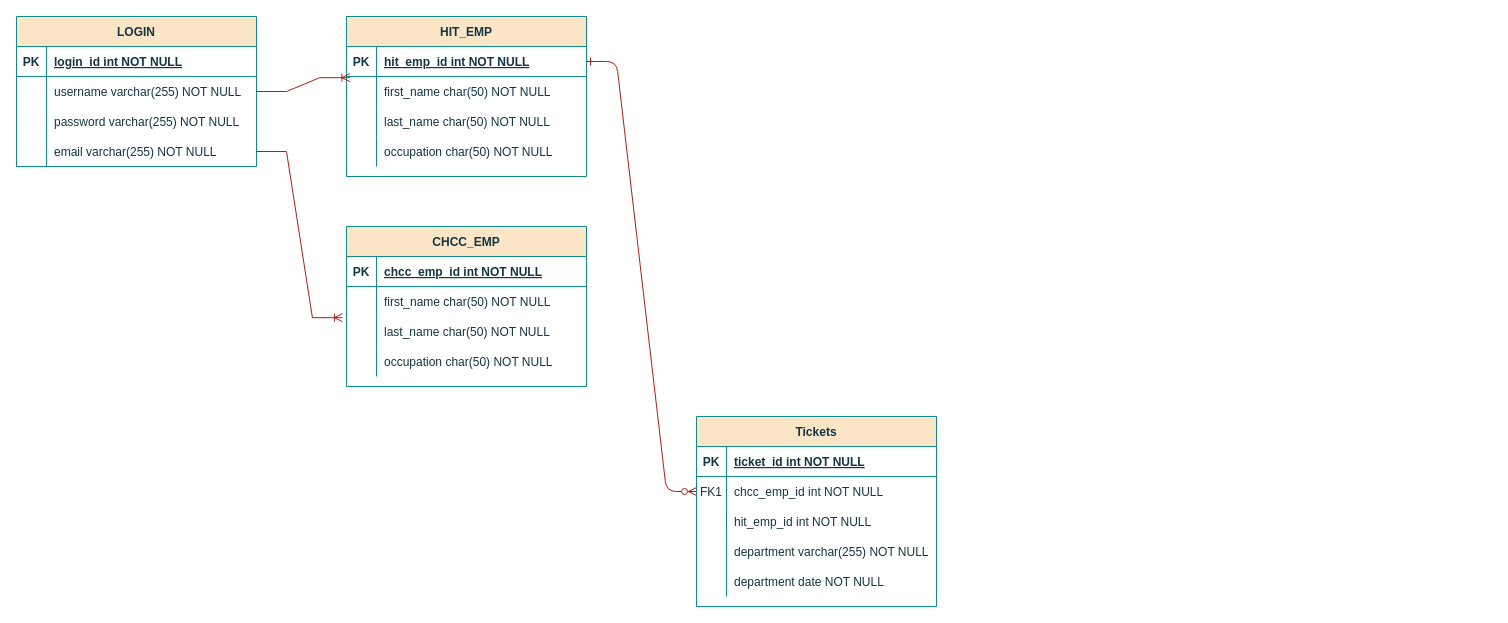
patriciacastillon-marianas/login_diagram keeps this draw.io diagram as Untitled Diagram.drawio. Above is the earlier version. Source tidied: cells renumbered, new cells numbered last; positions are measured from the earlier drawing's top-left corner, leaving out a move shared by most shapes. Both pictures are drawn from the tidied source at 100%, with x=0, y=0 at pixel (16, 16).
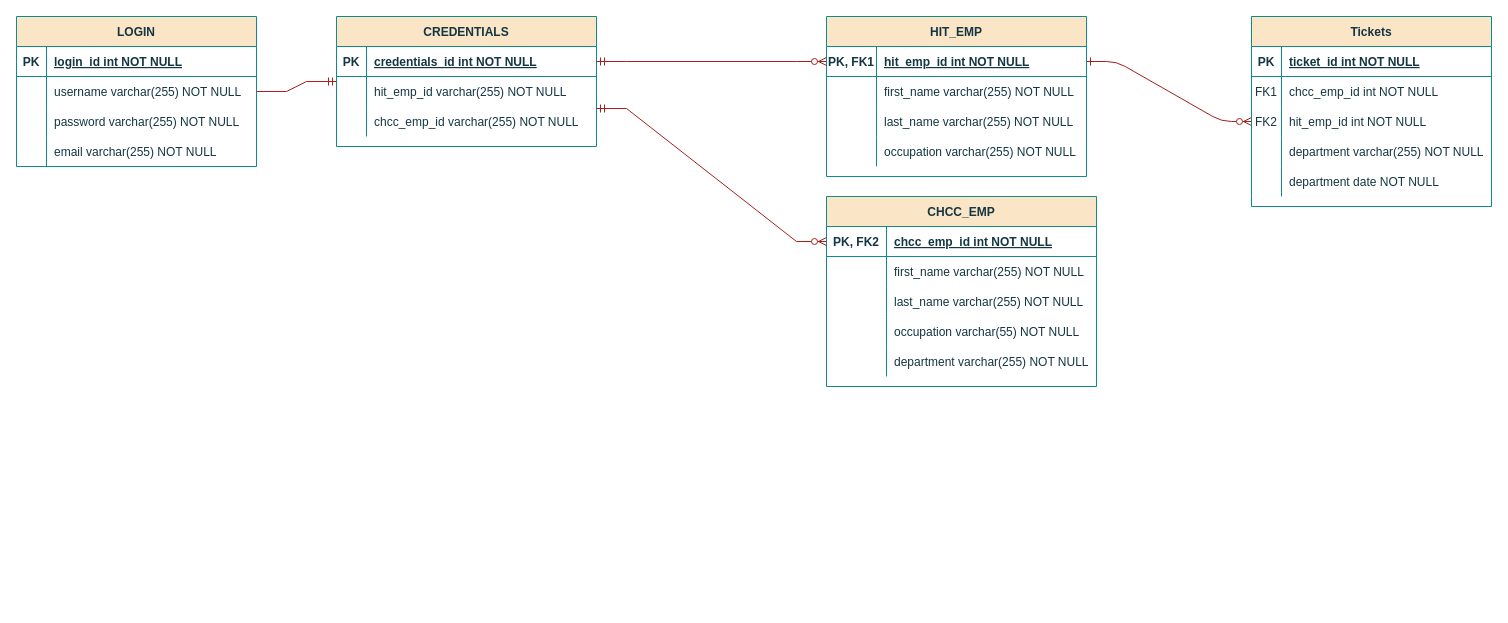
The same page after the edit.

The change refers to these unchanged cells:
```xml
<mxCell id="7" style="shape=partialRectangle;fillColor=none;points=[[0,0.5],[1,0.5]];portConstraint=eastwest;top=0;left=0;right=0;bottom=0;labelBackgroundColor=none;strokeColor=#0F8B8D;fontColor=#143642;" parent="3" vertex="1">
  <mxGeometry y="60" width="240" height="30" as="geometry" />
</mxCell>
<mxCell id="10" style="shape=partialRectangle;fillColor=none;points=[[0,0.5],[1,0.5]];portConstraint=eastwest;top=0;left=0;right=0;bottom=0;labelBackgroundColor=none;strokeColor=#0F8B8D;fontColor=#143642;" parent="3" vertex="1">
  <mxGeometry y="90" width="240" height="30" as="geometry" />
</mxCell>
<mxCell id="36" style="shape=partialRectangle;fillColor=none;points=[[0,0.5],[1,0.5]];portConstraint=eastwest;top=0;left=0;right=0;bottom=0;labelBackgroundColor=none;strokeColor=#0F8B8D;fontColor=#143642;" parent="32" vertex="1">
  <mxGeometry y="60" width="240" height="30" as="geometry" />
</mxCell>
<mxCell id="42" style="shape=partialRectangle;fillColor=none;points=[[0,0.5],[1,0.5]];portConstraint=eastwest;top=0;left=0;right=0;bottom=0;labelBackgroundColor=none;strokeColor=#0F8B8D;fontColor=#143642;" parent="32" vertex="1">
  <mxGeometry y="120" width="240" height="30" as="geometry" />
</mxCell>
```

What changed in the source:
```diff
@@
-    <mxCell id="2" style="edgeStyle=entityRelationEdgeStyle;endArrow=ERzeroToMany;startArrow=ERone;endFill=1;startFill=0;labelBackgroundColor=none;strokeColor=#A8201A;fontColor=default;" parent="1" edge="1" source="20" target="7">
-      <mxGeometry relative="1" as="geometry" />
+    <mxCell id="2" style="edgeStyle=entityRelationEdgeStyle;endArrow=ERzeroToMany;startArrow=ERone;endFill=1;startFill=0;labelBackgroundColor=none;strokeColor=#A8201A;fontColor=default;exitX=1;exitY=0.5;exitDx=0;exitDy=0;" parent="1" edge="1" source="20" target="10">
+      <mxGeometry relative="1" as="geometry">
+        <Array as="points">
+          <mxPoint x="1190" y="190" />
+        </Array>
+      </mxGeometry>
     </mxCell>
     <mxCell id="3" value="Tickets" style="shape=table;startSize=30;childLayout=tableLayout;rowLines=0;fontStyle=1;align=center;labelBackgroundColor=none;fillColor=#FAE5C7;strokeColor=#0F8B8D;fontColor=#143642;" parent="1" vertex="1">
-      <mxGeometry x="680" y="400" width="240" height="190" as="geometry" />
+      <mxGeometry x="1235" width="240" height="190" as="geometry" />
     </mxCell>
@@
-    <mxCell id="11" style="shape=partialRectangle;overflow=hidden;fillColor=none;top=0;left=0;bottom=0;right=0;labelBackgroundColor=none;strokeColor=#0F8B8D;fontColor=#143642;" parent="10" vertex="1">
+    <mxCell id="11" value="FK2" style="shape=partialRectangle;overflow=hidden;fillColor=none;top=0;left=0;bottom=0;right=0;labelBackgroundColor=none;strokeColor=#0F8B8D;fontColor=#143642;" parent="10" vertex="1">
       <mxGeometry width="30" height="30" as="geometry" />
     </mxCell>
@@
     <mxCell id="19" value="HIT_EMP" style="shape=table;startSize=30;childLayout=tableLayout;rowLines=0;fontStyle=1;align=center;labelBackgroundColor=none;fillColor=#FAE5C7;strokeColor=#0F8B8D;fontColor=#143642;" parent="1" vertex="1">
-      <mxGeometry x="330" width="240" height="160" as="geometry" />
+      <mxGeometry x="810" width="260" height="160" as="geometry" />
     </mxCell>
     <mxCell id="20" style="shape=partialRectangle;fillColor=none;points=[[0,0.5],[1,0.5]];portConstraint=eastwest;top=0;left=0;right=0;bottom=1;labelBackgroundColor=none;strokeColor=#0F8B8D;fontColor=#143642;" parent="19" vertex="1">
-      <mxGeometry y="30" width="240" height="30" as="geometry" />
+      <mxGeometry y="30" width="260" height="30" as="geometry" />
     </mxCell>
-    <mxCell id="21" value="PK" style="shape=partialRectangle;overflow=hidden;fillColor=none;top=0;left=0;bottom=0;right=0;fontStyle=1;labelBackgroundColor=none;strokeColor=#0F8B8D;fontColor=#143642;" parent="20" vertex="1">
-      <mxGeometry width="30" height="30" as="geometry" />
+    <mxCell id="21" value="PK, FK1" style="shape=partialRectangle;overflow=hidden;fillColor=none;top=0;left=0;bottom=0;right=0;fontStyle=1;labelBackgroundColor=none;strokeColor=#0F8B8D;fontColor=#143642;" parent="20" vertex="1">
+      <mxGeometry width="50" height="30" as="geometry" />
     </mxCell>
     <mxCell id="22" value="hit_emp_id int NOT NULL " style="shape=partialRectangle;overflow=hidden;fillColor=none;top=0;left=0;bottom=0;right=0;align=left;spacingLeft=6;fontStyle=5;labelBackgroundColor=none;strokeColor=#0F8B8D;fontColor=#143642;" parent="20" vertex="1">
-      <mxGeometry x="30" width="210" height="30" as="geometry" />
+      <mxGeometry x="50" width="210" height="30" as="geometry" />
     </mxCell>
     <mxCell id="23" style="shape=partialRectangle;fillColor=none;points=[[0,0.5],[1,0.5]];portConstraint=eastwest;top=0;left=0;right=0;bottom=0;labelBackgroundColor=none;strokeColor=#0F8B8D;fontColor=#143642;" parent="19" vertex="1">
-      <mxGeometry y="60" width="240" height="30" as="geometry" />
+      <mxGeometry y="60" width="260" height="30" as="geometry" />
     </mxCell>
     <mxCell id="24" style="shape=partialRectangle;overflow=hidden;fillColor=none;top=0;left=0;bottom=0;right=0;labelBackgroundColor=none;strokeColor=#0F8B8D;fontColor=#143642;" parent="23" vertex="1">
-      <mxGeometry width="30" height="30" as="geometry" />
+      <mxGeometry width="50" height="30" as="geometry" />
     </mxCell>
-    <mxCell id="25" value="first_name char(50) NOT NULL" style="shape=partialRectangle;overflow=hidden;fillColor=none;top=0;left=0;bottom=0;right=0;align=left;spacingLeft=6;labelBackgroundColor=none;strokeColor=#0F8B8D;fontColor=#143642;" parent="23" vertex="1">
-      <mxGeometry x="30" width="210" height="30" as="geometry" />
+    <mxCell id="25" value="first_name varchar(255) NOT NULL" style="shape=partialRectangle;overflow=hidden;fillColor=none;top=0;left=0;bottom=0;right=0;align=left;spacingLeft=6;labelBackgroundColor=none;strokeColor=#0F8B8D;fontColor=#143642;" parent="23" vertex="1">
+      <mxGeometry x="50" width="210" height="30" as="geometry" />
     </mxCell>
     <mxCell id="26" style="shape=partialRectangle;fillColor=none;top=0;left=0;right=0;bottom=0;labelBackgroundColor=none;strokeColor=#0F8B8D;fontColor=#143642;" parent="19" vertex="1">
-      <mxGeometry y="90" width="240" height="30" as="geometry" />
+      <mxGeometry y="90" width="260" height="30" as="geometry" />
     </mxCell>
     <mxCell id="27" style="shape=partialRectangle;overflow=hidden;fillColor=none;top=0;left=0;bottom=0;right=0;labelBackgroundColor=none;strokeColor=#0F8B8D;fontColor=#143642;" parent="26" vertex="1">
-      <mxGeometry width="30" height="30" as="geometry" />
+      <mxGeometry width="50" height="30" as="geometry" />
     </mxCell>
-    <mxCell id="28" value="last_name char(50) NOT NULL" style="shape=partialRectangle;overflow=hidden;fillColor=none;top=0;left=0;bottom=0;right=0;align=left;spacingLeft=6;labelBackgroundColor=none;strokeColor=#0F8B8D;fontColor=#143642;" parent="26" vertex="1">
-      <mxGeometry x="30" width="210" height="30" as="geometry" />
+    <mxCell id="28" value="last_name varchar(255) NOT NULL" style="shape=partialRectangle;overflow=hidden;fillColor=none;top=0;left=0;bottom=0;right=0;align=left;spacingLeft=6;labelBackgroundColor=none;strokeColor=#0F8B8D;fontColor=#143642;" parent="26" vertex="1">
+      <mxGeometry x="50" width="210" height="30" as="geometry" />
     </mxCell>
     <mxCell id="29" style="shape=partialRectangle;fillColor=none;top=0;left=0;right=0;bottom=0;labelBackgroundColor=none;strokeColor=#0F8B8D;fontColor=#143642;" parent="19" vertex="1">
-      <mxGeometry y="120" width="240" height="30" as="geometry" />
+      <mxGeometry y="120" width="260" height="30" as="geometry" />
     </mxCell>
     <mxCell id="30" style="shape=partialRectangle;overflow=hidden;fillColor=none;top=0;left=0;bottom=0;right=0;labelBackgroundColor=none;strokeColor=#0F8B8D;fontColor=#143642;" parent="29" vertex="1">
-      <mxGeometry width="30" height="30" as="geometry" />
+      <mxGeometry width="50" height="30" as="geometry" />
     </mxCell>
-    <mxCell id="31" value="occupation char(50) NOT NULL" style="shape=partialRectangle;overflow=hidden;fillColor=none;top=0;left=0;bottom=0;right=0;align=left;spacingLeft=6;labelBackgroundColor=none;strokeColor=#0F8B8D;fontColor=#143642;" parent="29" vertex="1">
-      <mxGeometry x="30" width="210" height="30" as="geometry" />
+    <mxCell id="31" value="occupation varchar(255) NOT NULL" style="shape=partialRectangle;overflow=hidden;fillColor=none;top=0;left=0;bottom=0;right=0;align=left;spacingLeft=6;labelBackgroundColor=none;strokeColor=#0F8B8D;fontColor=#143642;" parent="29" vertex="1">
+      <mxGeometry x="50" width="210" height="30" as="geometry" />
     </mxCell>
@@
     <mxCell id="45" value="CHCC_EMP" style="shape=table;startSize=30;childLayout=tableLayout;rowLines=0;fontStyle=1;align=center;labelBackgroundColor=none;fillColor=#FAE5C7;strokeColor=#0F8B8D;fontColor=#143642;" parent="1" vertex="1">
-      <mxGeometry x="330" y="210" width="240" height="160" as="geometry" />
+      <mxGeometry x="810" y="180" width="270" height="190" as="geometry" />
     </mxCell>
     <mxCell id="46" style="shape=partialRectangle;fillColor=none;points=[[0,0.5],[1,0.5]];portConstraint=eastwest;top=0;left=0;right=0;bottom=1;labelBackgroundColor=none;strokeColor=#0F8B8D;fontColor=#143642;" parent="45" vertex="1">
-      <mxGeometry y="30" width="240" height="30" as="geometry" />
+      <mxGeometry y="30" width="270" height="30" as="geometry" />
     </mxCell>
-    <mxCell id="47" value="PK" style="shape=partialRectangle;overflow=hidden;fillColor=none;top=0;left=0;bottom=0;right=0;fontStyle=1;labelBackgroundColor=none;strokeColor=#0F8B8D;fontColor=#143642;" parent="46" vertex="1">
-      <mxGeometry width="30" height="30" as="geometry" />
+    <mxCell id="47" value="PK, FK2" style="shape=partialRectangle;overflow=hidden;fillColor=none;top=0;left=0;bottom=0;right=0;fontStyle=1;labelBackgroundColor=none;strokeColor=#0F8B8D;fontColor=#143642;" parent="46" vertex="1">
+      <mxGeometry width="60" height="30" as="geometry" />
     </mxCell>
     <mxCell id="48" value="chcc_emp_id int NOT NULL " style="shape=partialRectangle;overflow=hidden;fillColor=none;top=0;left=0;bottom=0;right=0;align=left;spacingLeft=6;fontStyle=5;labelBackgroundColor=none;strokeColor=#0F8B8D;fontColor=#143642;" parent="46" vertex="1">
-      <mxGeometry x="30" width="210" height="30" as="geometry" />
+      <mxGeometry x="60" width="210" height="30" as="geometry" />
     </mxCell>
     <mxCell id="49" style="shape=partialRectangle;fillColor=none;top=0;left=0;right=0;bottom=0;labelBackgroundColor=none;strokeColor=#0F8B8D;fontColor=#143642;" parent="45" vertex="1">
-      <mxGeometry y="60" width="240" height="30" as="geometry" />
+      <mxGeometry y="60" width="270" height="30" as="geometry" />
     </mxCell>
     <mxCell id="50" style="shape=partialRectangle;overflow=hidden;fillColor=none;top=0;left=0;bottom=0;right=0;labelBackgroundColor=none;strokeColor=#0F8B8D;fontColor=#143642;" parent="49" vertex="1">
-      <mxGeometry width="30" height="30" as="geometry" />
+      <mxGeometry width="60" height="30" as="geometry" />
     </mxCell>
-    <mxCell id="51" value="first_name char(50) NOT NULL" style="shape=partialRectangle;overflow=hidden;fillColor=none;top=0;left=0;bottom=0;right=0;align=left;spacingLeft=6;labelBackgroundColor=none;strokeColor=#0F8B8D;fontColor=#143642;" parent="49" vertex="1">
-      <mxGeometry x="30" width="210" height="30" as="geometry" />
+    <mxCell id="51" value="first_name varchar(255) NOT NULL" style="shape=partialRectangle;overflow=hidden;fillColor=none;top=0;left=0;bottom=0;right=0;align=left;spacingLeft=6;labelBackgroundColor=none;strokeColor=#0F8B8D;fontColor=#143642;" parent="49" vertex="1">
+      <mxGeometry x="60" width="210" height="30" as="geometry" />
     </mxCell>
     <mxCell id="52" style="shape=partialRectangle;fillColor=none;points=[[0,0.5],[1,0.5]];portConstraint=eastwest;top=0;left=0;right=0;bottom=0;labelBackgroundColor=none;strokeColor=#0F8B8D;fontColor=#143642;" parent="45" vertex="1">
-      <mxGeometry y="90" width="240" height="30" as="geometry" />
+      <mxGeometry y="90" width="270" height="30" as="geometry" />
     </mxCell>
     <mxCell id="53" style="shape=partialRectangle;overflow=hidden;fillColor=none;top=0;left=0;bottom=0;right=0;labelBackgroundColor=none;strokeColor=#0F8B8D;fontColor=#143642;" parent="52" vertex="1">
-      <mxGeometry width="30" height="30" as="geometry" />
+      <mxGeometry width="60" height="30" as="geometry" />
     </mxCell>
-    <mxCell id="54" value="last_name char(50) NOT NULL" style="shape=partialRectangle;overflow=hidden;fillColor=none;top=0;left=0;bottom=0;right=0;align=left;spacingLeft=6;labelBackgroundColor=none;strokeColor=#0F8B8D;fontColor=#143642;" parent="52" vertex="1">
-      <mxGeometry x="30" width="210" height="30" as="geometry" />
+    <mxCell id="54" value="last_name varchar(255) NOT NULL" style="shape=partialRectangle;overflow=hidden;fillColor=none;top=0;left=0;bottom=0;right=0;align=left;spacingLeft=6;labelBackgroundColor=none;strokeColor=#0F8B8D;fontColor=#143642;" parent="52" vertex="1">
+      <mxGeometry x="60" width="210" height="30" as="geometry" />
     </mxCell>
     <mxCell id="55" style="shape=partialRectangle;fillColor=none;top=0;left=0;right=0;bottom=0;labelBackgroundColor=none;strokeColor=#0F8B8D;fontColor=#143642;" parent="45" vertex="1">
-      <mxGeometry y="120" width="240" height="30" as="geometry" />
+      <mxGeometry y="120" width="270" height="30" as="geometry" />
     </mxCell>
     <mxCell id="56" style="shape=partialRectangle;overflow=hidden;fillColor=none;top=0;left=0;bottom=0;right=0;labelBackgroundColor=none;strokeColor=#0F8B8D;fontColor=#143642;" parent="55" vertex="1">
-      <mxGeometry width="30" height="30" as="geometry" />
+      <mxGeometry width="60" height="30" as="geometry" />
     </mxCell>
-    <mxCell id="57" value="occupation char(50) NOT NULL" style="shape=partialRectangle;overflow=hidden;fillColor=none;top=0;left=0;bottom=0;right=0;align=left;spacingLeft=6;labelBackgroundColor=none;strokeColor=#0F8B8D;fontColor=#143642;" parent="55" vertex="1">
-      <mxGeometry x="30" width="210" height="30" as="geometry" />
+    <mxCell id="57" value="occupation varchar(55) NOT NULL" style="shape=partialRectangle;overflow=hidden;fillColor=none;top=0;left=0;bottom=0;right=0;align=left;spacingLeft=6;labelBackgroundColor=none;strokeColor=#0F8B8D;fontColor=#143642;" parent="55" vertex="1">
+      <mxGeometry x="60" width="210" height="30" as="geometry" />
     </mxCell>
-    <mxCell id="58" style="edgeStyle=entityRelationEdgeStyle;fontSize=12;html=1;endArrow=ERoneToMany;rounded=0;strokeColor=#A8201A;fontColor=#143642;fillColor=#FAE5C7;exitX=1;exitY=0.5;exitDx=0;exitDy=0;entryX=0.014;entryY=0.039;entryDx=0;entryDy=0;entryPerimeter=0;" parent="1" edge="1" source="36" target="23">
-      <mxGeometry relative="1" as="geometry">
-        <Array as="points">
-          <mxPoint x="260" y="90" />
-        </Array>
-      </mxGeometry>
-    </mxCell>
-    <mxCell id="59" style="edgeStyle=entityRelationEdgeStyle;fontSize=12;html=1;endArrow=ERoneToMany;rounded=0;strokeColor=#A8201A;fontColor=#143642;fillColor=#FAE5C7;entryX=-0.017;entryY=0.039;entryDx=0;entryDy=0;entryPerimeter=0;" parent="1" edge="1" source="42" target="52">
-      <mxGeometry relative="1" as="geometry" />
-    </mxCell>
+    <mxCell id="60" style="shape=partialRectangle;fillColor=none;top=0;left=0;right=0;bottom=0;labelBackgroundColor=none;strokeColor=#0F8B8D;fontColor=#143642;" parent="45" vertex="1">
+      <mxGeometry y="150" width="270" height="30" as="geometry" />
+    </mxCell>
+    <mxCell id="61" style="shape=partialRectangle;overflow=hidden;fillColor=none;top=0;left=0;bottom=0;right=0;labelBackgroundColor=none;strokeColor=#0F8B8D;fontColor=#143642;" parent="60" vertex="1">
+      <mxGeometry width="60" height="30" as="geometry" />
+    </mxCell>
+    <mxCell id="62" value="department varchar(255) NOT NULL" style="shape=partialRectangle;overflow=hidden;fillColor=none;top=0;left=0;bottom=0;right=0;align=left;spacingLeft=6;labelBackgroundColor=none;strokeColor=#0F8B8D;fontColor=#143642;" parent="60" vertex="1">
+      <mxGeometry x="60" width="210" height="30" as="geometry" />
+    </mxCell>
+    <mxCell id="63" value="CREDENTIALS" style="shape=table;startSize=30;childLayout=tableLayout;rowLines=0;fontStyle=1;align=center;labelBackgroundColor=none;fillColor=#FAE5C7;strokeColor=#0F8B8D;fontColor=#143642;" parent="1" vertex="1">
+      <mxGeometry x="320" width="260" height="130" as="geometry" />
+    </mxCell>
+    <mxCell id="64" style="shape=partialRectangle;fillColor=none;points=[[0,0.5],[1,0.5]];portConstraint=eastwest;top=0;left=0;right=0;bottom=1;labelBackgroundColor=none;strokeColor=#0F8B8D;fontColor=#143642;" parent="63" vertex="1">
+      <mxGeometry y="30" width="260" height="30" as="geometry" />
+    </mxCell>
+    <mxCell id="65" value="PK" style="shape=partialRectangle;overflow=hidden;fillColor=none;top=0;left=0;bottom=0;right=0;fontStyle=1;labelBackgroundColor=none;strokeColor=#0F8B8D;fontColor=#143642;" parent="64" vertex="1">
+      <mxGeometry width="30" height="30" as="geometry" />
+    </mxCell>
+    <mxCell id="66" value="credentials_id int NOT NULL " style="shape=partialRectangle;overflow=hidden;fillColor=none;top=0;left=0;bottom=0;right=0;align=left;spacingLeft=6;fontStyle=5;labelBackgroundColor=none;strokeColor=#0F8B8D;fontColor=#143642;" parent="64" vertex="1">
+      <mxGeometry x="30" width="230" height="30" as="geometry" />
+    </mxCell>
+    <mxCell id="67" style="shape=partialRectangle;fillColor=none;top=0;left=0;right=0;bottom=0;labelBackgroundColor=none;strokeColor=#0F8B8D;fontColor=#143642;" parent="63" vertex="1">
+      <mxGeometry y="60" width="260" height="30" as="geometry" />
+    </mxCell>
+    <mxCell id="68" style="shape=partialRectangle;overflow=hidden;fillColor=none;top=0;left=0;bottom=0;right=0;labelBackgroundColor=none;strokeColor=#0F8B8D;fontColor=#143642;" parent="67" vertex="1">
+      <mxGeometry width="30" height="30" as="geometry" />
+    </mxCell>
+    <mxCell id="69" value="hit_emp_id varchar(255) NOT NULL" style="shape=partialRectangle;overflow=hidden;fillColor=none;top=0;left=0;bottom=0;right=0;align=left;spacingLeft=6;labelBackgroundColor=none;strokeColor=#0F8B8D;fontColor=#143642;" parent="67" vertex="1">
+      <mxGeometry x="30" width="230" height="30" as="geometry" />
+    </mxCell>
+    <mxCell id="70" style="shape=partialRectangle;fillColor=none;top=0;left=0;right=0;bottom=0;labelBackgroundColor=none;strokeColor=#0F8B8D;fontColor=#143642;" parent="63" vertex="1">
+      <mxGeometry y="90" width="260" height="30" as="geometry" />
+    </mxCell>
+    <mxCell id="71" style="shape=partialRectangle;overflow=hidden;fillColor=none;top=0;left=0;bottom=0;right=0;labelBackgroundColor=none;strokeColor=#0F8B8D;fontColor=#143642;" parent="70" vertex="1">
+      <mxGeometry width="30" height="30" as="geometry" />
+    </mxCell>
+    <mxCell id="72" value="chcc_emp_id varchar(255) NOT NULL" style="shape=partialRectangle;overflow=hidden;fillColor=none;top=0;left=0;bottom=0;right=0;align=left;spacingLeft=6;labelBackgroundColor=none;strokeColor=#0F8B8D;fontColor=#143642;" parent="70" vertex="1">
+      <mxGeometry x="30" width="230" height="30" as="geometry" />
+    </mxCell>
+    <mxCell id="73" style="edgeStyle=entityRelationEdgeStyle;fontSize=12;html=1;endArrow=ERmandOne;rounded=0;strokeColor=#A8201A;fontColor=#143642;fillColor=#FAE5C7;exitX=1;exitY=0.5;exitDx=0;exitDy=0;" parent="1" edge="1" source="36" target="63">
+      <mxGeometry relative="1" as="geometry">
+        <Array as="points">
+          <mxPoint x="250" y="80" />
+        </Array>
+      </mxGeometry>
+    </mxCell>
+    <mxCell id="74" style="edgeStyle=entityRelationEdgeStyle;fontSize=12;html=1;endArrow=ERzeroToMany;startArrow=ERmandOne;rounded=0;strokeColor=#A8201A;fontColor=#143642;fillColor=#FAE5C7;exitX=1;exitY=0.5;exitDx=0;exitDy=0;" parent="1" edge="1" source="64" target="20">
+      <mxGeometry relative="1" as="geometry" />
+    </mxCell>
+    <mxCell id="75" style="edgeStyle=entityRelationEdgeStyle;fontSize=12;html=1;endArrow=ERzeroToMany;startArrow=ERmandOne;rounded=0;strokeColor=#A8201A;fontColor=#143642;fillColor=#FAE5C7;entryX=0;entryY=0.5;entryDx=0;entryDy=0;" parent="1" edge="1" target="46">
+      <mxGeometry relative="1" as="geometry">
+        <mxPoint x="580" y="92" as="sourcePoint" />
+      </mxGeometry>
+    </mxCell>
```
